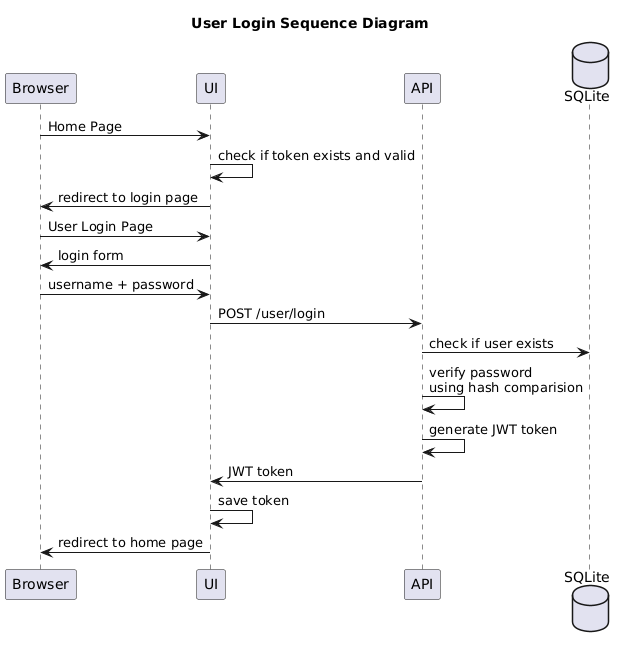
This is docs/plantuml/output/sequence-login.png from tejas0908/EasyScraper, a PlantUML export, as it was before one commit. Source of this version:
```plantuml
@startuml
title User Login Sequence Diagram
participant Browser as browser
participant UI as ui
participant API as api
database SQLite as sqlite

browser -> ui: Home Page
ui -> ui: check if token exists and valid
ui -> browser: redirect to login page
browser -> ui: User Login Page
ui -> browser: login form
browser -> ui: username + password
ui -> api: POST /user/login
api -> sqlite: check if user exists
api -> api: verify password \nusing hash comparision
api -> api: generate JWT token
api -> ui: JWT token
ui -> ui: save token
ui -> browser: redirect to home page
@enduml
```
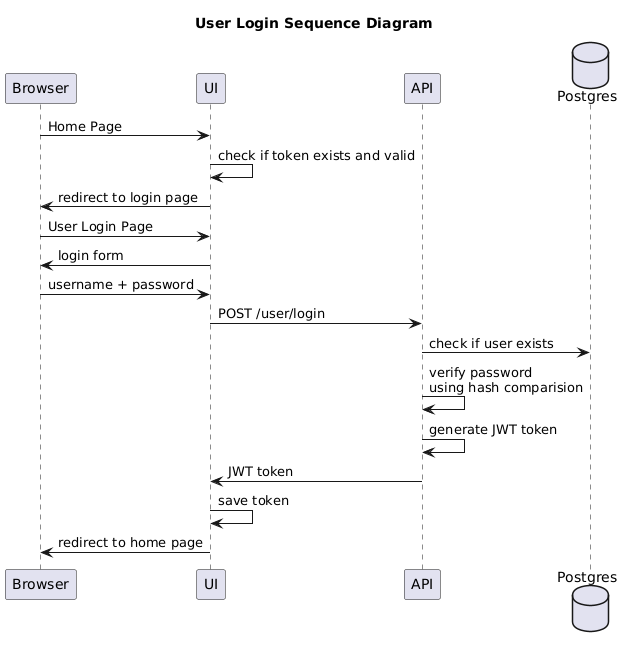
Above is the later version.

Change to the diagram source:
```diff
@@ -3,7 +3,7 @@
 participant Browser as browser
 participant UI as ui
 participant API as api
-database SQLite as sqlite
+database Postgres as db
 
 browser -> ui: Home Page
 ui -> ui: check if token exists and valid
@@ -12,7 +12,7 @@
 ui -> browser: login form
 browser -> ui: username + password
 ui -> api: POST /user/login
-api -> sqlite: check if user exists
+api -> db: check if user exists
 api -> api: verify password \nusing hash comparision
 api -> api: generate JWT token
 api -> ui: JWT token
```
